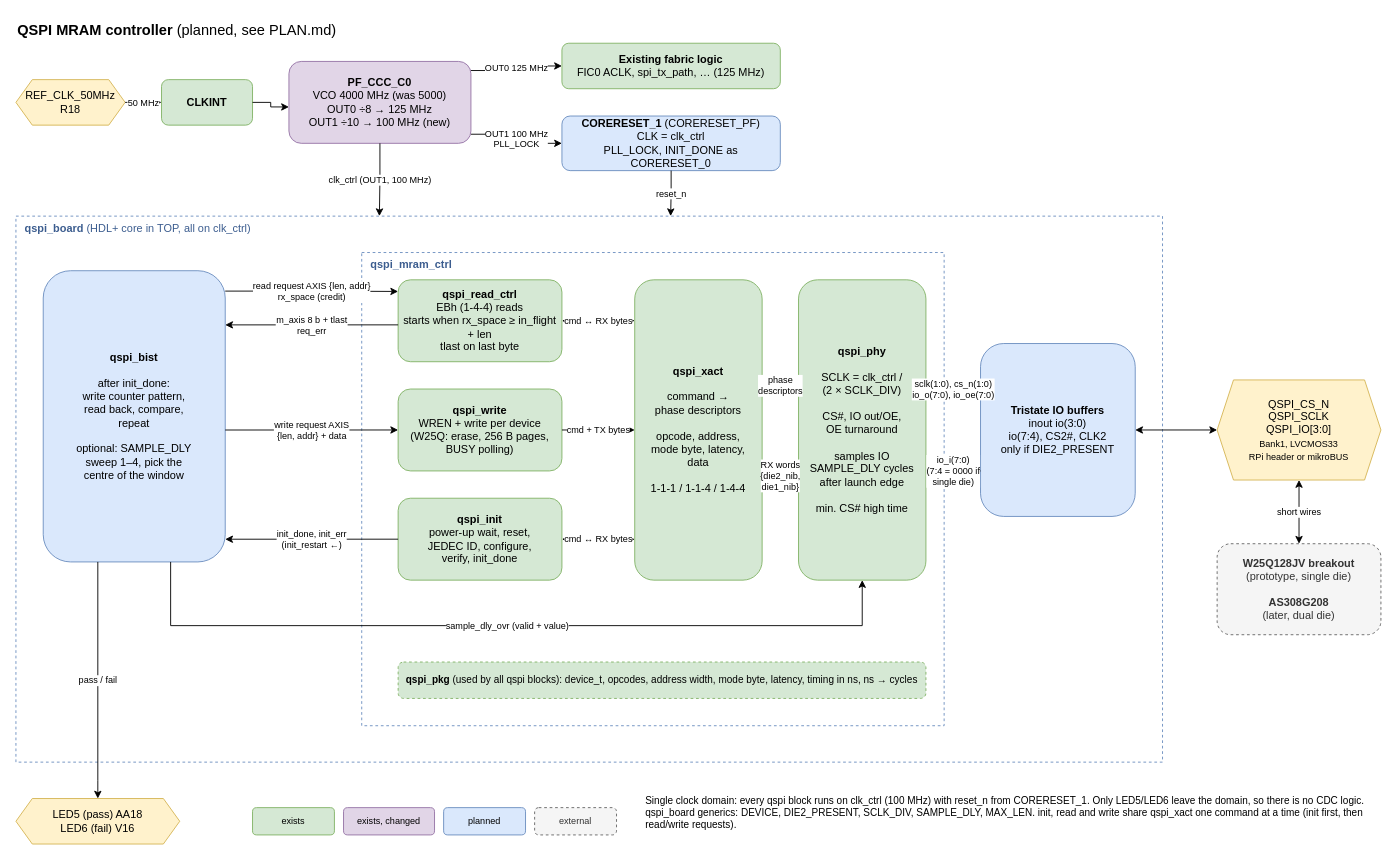
Earlier version of the draw.io diagram documentation/qspi_controller.drawio (jenswilly/polarfire_simple). Source tidied: cells renumbered, new cells numbered last; positions are measured from the earlier drawing's top-left corner, leaving out a move shared by most shapes. Both pictures are drawn from the tidied source at 91%, with x=0, y=0 at pixel (15, 15).
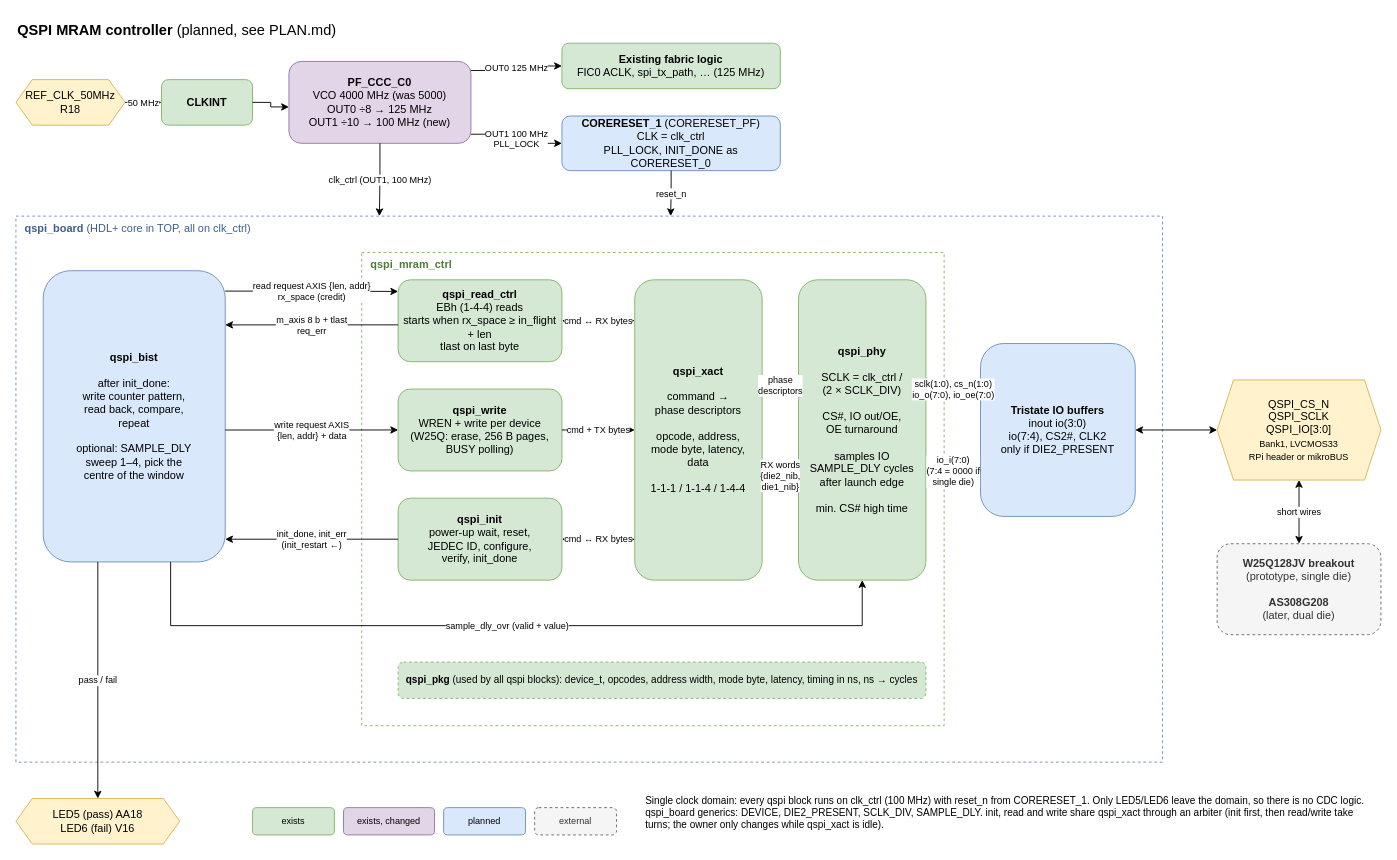
After the change.

Commit message (it also covers changes not shown here):
Step 9: QSPI MRAM controller

What changed in the source:
```diff
@@
-    <mxCell id="15" value="&lt;b&gt;qspi_mram_ctrl&lt;/b&gt;" style="rounded=0;whiteSpace=wrap;html=1;dashed=1;fillColor=none;strokeColor=#6c8ebf;align=left;verticalAlign=top;spacingLeft=8;fontColor=#3c5d8f;" parent="1" vertex="1">
+    <mxCell id="15" value="&lt;b&gt;qspi_mram_ctrl&lt;/b&gt;" style="rounded=0;whiteSpace=wrap;html=1;dashed=1;fillColor=none;strokeColor=#82b366;align=left;verticalAlign=top;spacingLeft=8;fontColor=#4d7c3a;" parent="1" vertex="1">
       <mxGeometry x="380" y="260" width="640" height="520" as="geometry" />
     </mxCell>
@@
-    <mxCell id="46" value="Single clock domain: every qspi block runs on clk_ctrl (100 MHz) with reset_n from CORERESET_1. Only LED5/LED6 leave the domain, so there is no CDC logic. qspi_board generics: DEVICE, DIE2_PRESENT, SCLK_DIV, SAMPLE_DLY, MAX_LEN. init, read and write share qspi_xact one command at a time (init first, then read/write requests)." style="text;html=1;align=left;verticalAlign=top;whiteSpace=wrap;fontSize=11;" parent="1" vertex="1">
+    <mxCell id="46" value="Single clock domain: every qspi block runs on clk_ctrl (100 MHz) with reset_n from CORERESET_1. Only LED5/LED6 leave the domain, so there is no CDC logic. qspi_board generics: DEVICE, DIE2_PRESENT, SCLK_DIV, SAMPLE_DLY. init, read and write share qspi_xact through an arbiter (init first, then read/write take turns; the owner only changes while qspi_xact is idle)." style="text;html=1;align=left;verticalAlign=top;whiteSpace=wrap;fontSize=11;" parent="1" vertex="1">
       <mxGeometry x="690" y="850" width="810" height="60" as="geometry" />
     </mxCell>
```
